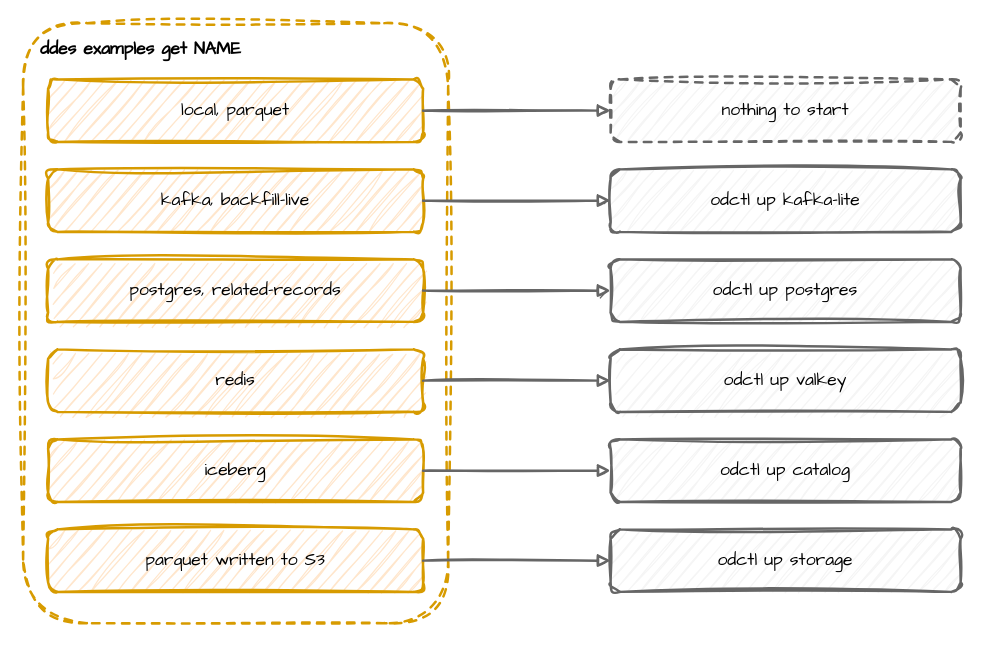
This is docs/assets/diagrams/example-infrastructure.drawio from jaehyeon-kim/desflow, a draw.io file, before an edit. Source tidied: cells renumbered, new cells numbered last; positions are measured from the earlier drawing's top-left corner, leaving out a move shared by most shapes. Both pictures are drawn from the tidied source at 125%, with x=0, y=0 at pixel (22, 22).
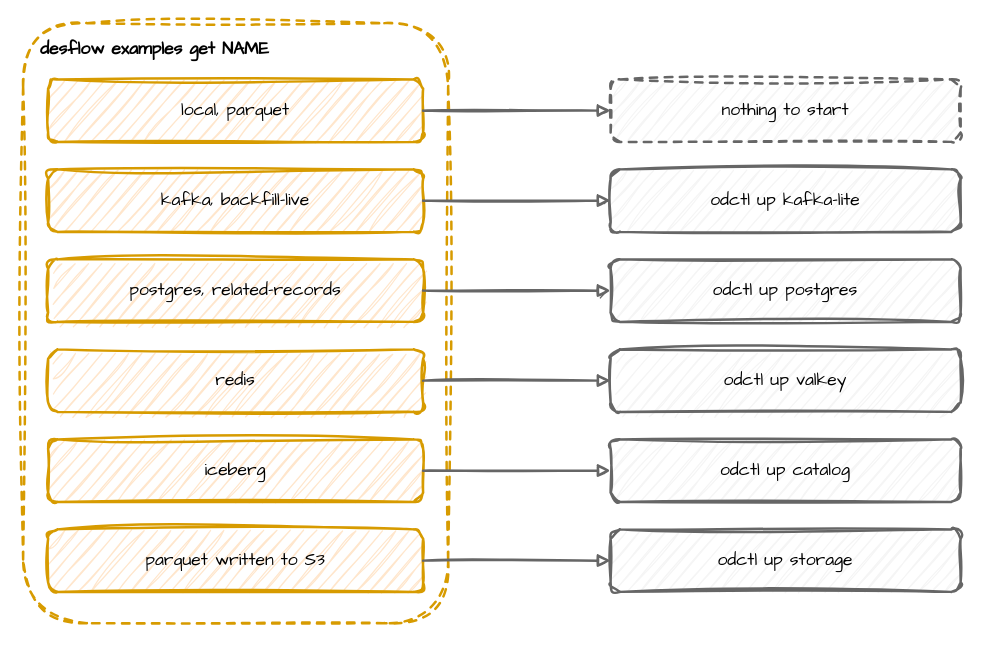
The same page after the edit.

The edit, as a diff of the source:
```diff
@@
-    <mxCell id="2" value="ddes examples get NAME" style="rounded=1;whiteSpace=wrap;html=1;sketch=1;curveFitting=1;jiggle=2;fontFamily=Comic Sans MS;fontSize=14;fillColor=none;strokeColor=#d79b00;strokeWidth=2;dashed=1;verticalAlign=top;align=left;spacingLeft=12;spacingTop=6;fontStyle=1;" parent="1" vertex="1">
+    <mxCell id="2" value="desflow examples get NAME" style="rounded=1;whiteSpace=wrap;html=1;sketch=1;curveFitting=1;jiggle=2;fontFamily=Comic Sans MS;fontSize=14;fillColor=none;strokeColor=#d79b00;strokeWidth=2;dashed=1;verticalAlign=top;align=left;spacingLeft=12;spacingTop=6;fontStyle=1;" parent="1" vertex="1">
       <mxGeometry width="340" height="480" as="geometry" />
     </mxCell>
```
